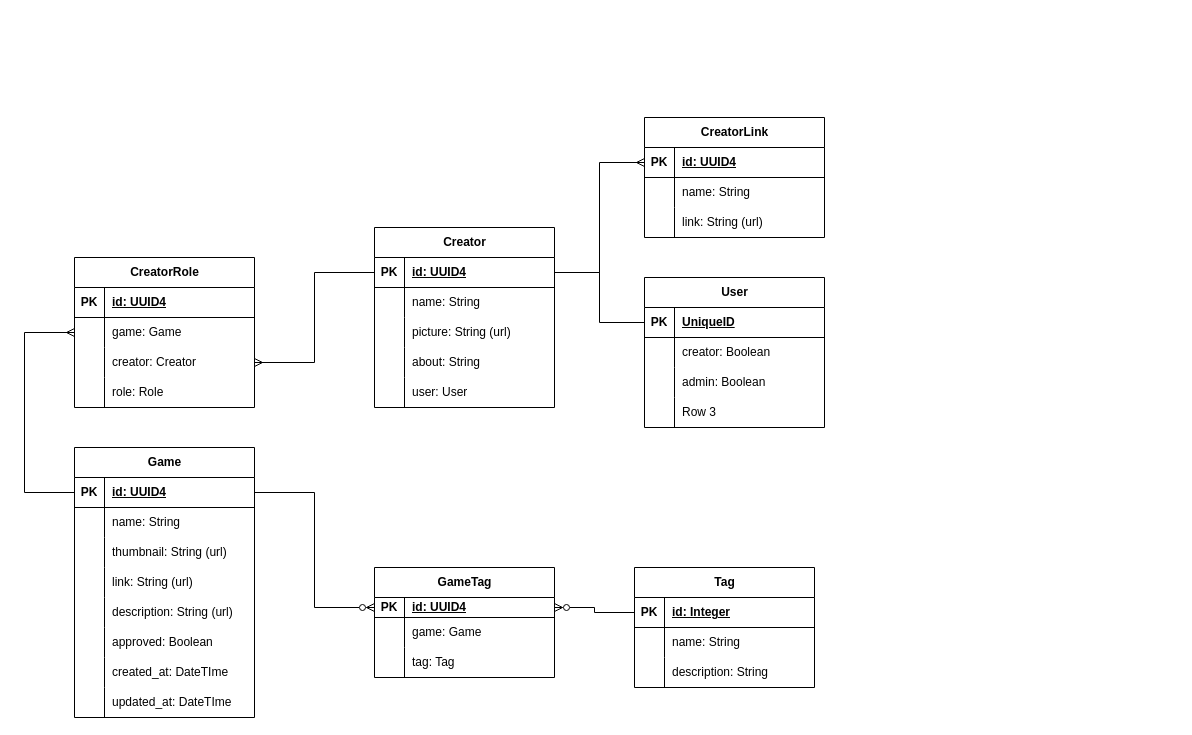
unimelb-game-makers/gmc-website keeps this draw.io diagram as artifacts/GMC-Gallery-Schema.drawio. Above is the earlier version. Source tidied: cells renumbered, new cells numbered last; positions are measured from the earlier drawing's top-left corner, leaving out a move shared by most shapes. Both pictures are drawn from the tidied source at 100%, with x=0, y=0 at pixel (24, 117).
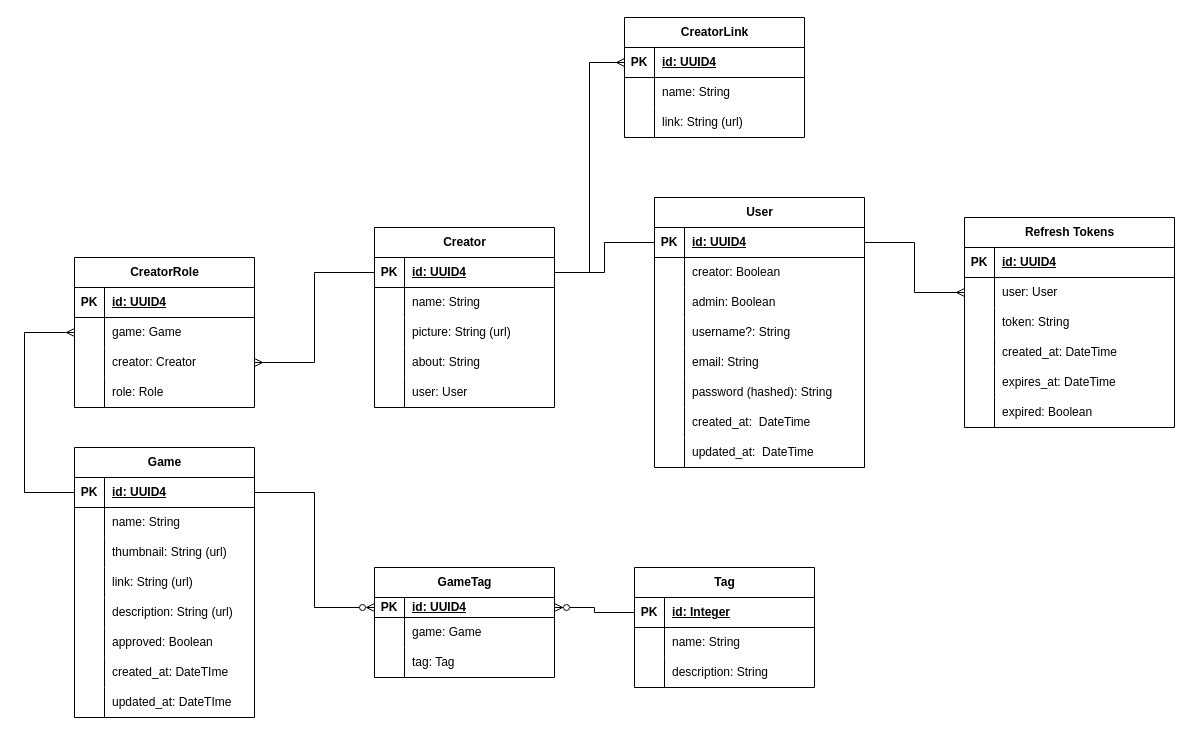
Above is the later version.

Commit message:
Update GMC-Gallery-Schema.drawio: Added tables for authentication

What changed in the source:
```diff
@@
     <mxCell id="80" value="CreatorLink" style="shape=table;startSize=30;childLayout=tableLayout;rowLines=0;fontStyle=1;align=center;html=1;" parent="1" vertex="1">
-      <mxGeometry x="620" width="180" height="120" as="geometry" />
+      <mxGeometry x="600" y="-100" width="180" height="120" as="geometry" />
     </mxCell>
@@
     <mxCell id="91" value="User" style="shape=table;startSize=30;childLayout=tableLayout;rowLines=0;fontStyle=1;align=center;html=1;" parent="1" vertex="1">
-      <mxGeometry x="620" y="160" width="180" height="150" as="geometry" />
+      <mxGeometry x="630" y="80" width="210" height="270" as="geometry" />
     </mxCell>
     <mxCell id="92" style="shape=tableRow;horizontal=0;startSize=0;swimlaneHead=0;swimlaneBody=0;fillColor=none;points=[[0,0.5],[1,0.5]];portConstraint=eastwest;top=0;left=0;right=0;bottom=1;" parent="91" vertex="1">
-      <mxGeometry y="30" width="180" height="30" as="geometry" />
+      <mxGeometry y="30" width="210" height="30" as="geometry" />
     </mxCell>
@@
-    <mxCell id="94" value="UniqueID" style="shape=partialRectangle;fillColor=none;top=0;left=0;bottom=0;right=0;align=left;spacingLeft=6;fontStyle=5;overflow=hidden;whiteSpace=wrap;html=1;" parent="92" vertex="1">
-      <mxGeometry x="30" width="150" height="30" as="geometry" />
+    <mxCell id="94" value="id: UUID4" style="shape=partialRectangle;fillColor=none;top=0;left=0;bottom=0;right=0;align=left;spacingLeft=6;fontStyle=5;overflow=hidden;whiteSpace=wrap;html=1;" parent="92" vertex="1">
+      <mxGeometry x="30" width="180" height="30" as="geometry" />
     </mxCell>
     <mxCell id="95" style="shape=tableRow;horizontal=0;startSize=0;swimlaneHead=0;swimlaneBody=0;fillColor=none;top=0;left=0;right=0;bottom=0;" parent="91" vertex="1">
-      <mxGeometry y="60" width="180" height="30" as="geometry" />
+      <mxGeometry y="60" width="210" height="30" as="geometry" />
     </mxCell>
@@
     <mxCell id="97" value="creator: Boolean" style="shape=partialRectangle;fillColor=none;top=0;left=0;bottom=0;right=0;align=left;spacingLeft=6;overflow=hidden;whiteSpace=wrap;html=1;" parent="95" vertex="1">
-      <mxGeometry x="30" width="150" height="30" as="geometry" />
+      <mxGeometry x="30" width="180" height="30" as="geometry" />
     </mxCell>
     <mxCell id="98" style="shape=tableRow;horizontal=0;startSize=0;swimlaneHead=0;swimlaneBody=0;fillColor=none;top=0;left=0;right=0;bottom=0;" parent="91" vertex="1">
-      <mxGeometry y="90" width="180" height="30" as="geometry" />
+      <mxGeometry y="90" width="210" height="30" as="geometry" />
     </mxCell>
@@
     <mxCell id="100" value="admin: Boolean" style="shape=partialRectangle;fillColor=none;top=0;left=0;bottom=0;right=0;align=left;spacingLeft=6;overflow=hidden;whiteSpace=wrap;html=1;" parent="98" vertex="1">
-      <mxGeometry x="30" width="150" height="30" as="geometry" />
+      <mxGeometry x="30" width="180" height="30" as="geometry" />
     </mxCell>
     <mxCell id="101" style="shape=tableRow;horizontal=0;startSize=0;swimlaneHead=0;swimlaneBody=0;fillColor=none;top=0;left=0;right=0;bottom=0;" parent="91" vertex="1">
-      <mxGeometry y="120" width="180" height="30" as="geometry" />
+      <mxGeometry y="120" width="210" height="30" as="geometry" />
     </mxCell>
@@
-    <mxCell id="103" value="Row 3" style="shape=partialRectangle;fillColor=none;top=0;left=0;bottom=0;right=0;align=left;spacingLeft=6;overflow=hidden;whiteSpace=wrap;html=1;" parent="101" vertex="1">
-      <mxGeometry x="30" width="150" height="30" as="geometry" />
+    <mxCell id="103" value="username?: String" style="shape=partialRectangle;fillColor=none;top=0;left=0;bottom=0;right=0;align=left;spacingLeft=6;overflow=hidden;whiteSpace=wrap;html=1;" parent="101" vertex="1">
+      <mxGeometry x="30" width="180" height="30" as="geometry" />
     </mxCell>
+    <mxCell id="105" style="shape=tableRow;horizontal=0;startSize=0;swimlaneHead=0;swimlaneBody=0;fillColor=none;top=0;left=0;right=0;bottom=0;" parent="91" vertex="1">
+      <mxGeometry y="150" width="210" height="30" as="geometry" />
+    </mxCell>
+    <mxCell id="106" style="shape=partialRectangle;fillColor=none;top=0;left=0;bottom=0;right=0;overflow=hidden;whiteSpace=wrap;html=1;" parent="105" vertex="1">
+      <mxGeometry width="30" height="30" as="geometry" />
+    </mxCell>
+    <mxCell id="107" value="email: String" style="shape=partialRectangle;fillColor=none;top=0;left=0;bottom=0;right=0;align=left;spacingLeft=6;overflow=hidden;whiteSpace=wrap;html=1;" parent="105" vertex="1">
+      <mxGeometry x="30" width="180" height="30" as="geometry" />
+    </mxCell>
+    <mxCell id="108" style="shape=tableRow;horizontal=0;startSize=0;swimlaneHead=0;swimlaneBody=0;fillColor=none;top=0;left=0;right=0;bottom=0;" parent="91" vertex="1">
+      <mxGeometry y="180" width="210" height="30" as="geometry" />
+    </mxCell>
+    <mxCell id="109" style="shape=partialRectangle;fillColor=none;top=0;left=0;bottom=0;right=0;overflow=hidden;whiteSpace=wrap;html=1;" parent="108" vertex="1">
+      <mxGeometry width="30" height="30" as="geometry" />
+    </mxCell>
+    <mxCell id="110" value="password (hashed): String" style="shape=partialRectangle;fillColor=none;top=0;left=0;bottom=0;right=0;align=left;spacingLeft=6;overflow=hidden;whiteSpace=wrap;html=1;" parent="108" vertex="1">
+      <mxGeometry x="30" width="180" height="30" as="geometry" />
+    </mxCell>
+    <mxCell id="111" style="shape=tableRow;horizontal=0;startSize=0;swimlaneHead=0;swimlaneBody=0;fillColor=none;top=0;left=0;right=0;bottom=0;" parent="91" vertex="1">
+      <mxGeometry y="210" width="210" height="30" as="geometry" />
+    </mxCell>
+    <mxCell id="112" style="shape=partialRectangle;fillColor=none;top=0;left=0;bottom=0;right=0;overflow=hidden;whiteSpace=wrap;html=1;" parent="111" vertex="1">
+      <mxGeometry width="30" height="30" as="geometry" />
+    </mxCell>
+    <mxCell id="113" value="created_at:&amp;nbsp; DateTime" style="shape=partialRectangle;fillColor=none;top=0;left=0;bottom=0;right=0;align=left;spacingLeft=6;overflow=hidden;whiteSpace=wrap;html=1;" parent="111" vertex="1">
+      <mxGeometry x="30" width="180" height="30" as="geometry" />
+    </mxCell>
+    <mxCell id="114" style="shape=tableRow;horizontal=0;startSize=0;swimlaneHead=0;swimlaneBody=0;fillColor=none;top=0;left=0;right=0;bottom=0;" parent="91" vertex="1">
+      <mxGeometry y="240" width="210" height="30" as="geometry" />
+    </mxCell>
+    <mxCell id="115" style="shape=partialRectangle;fillColor=none;top=0;left=0;bottom=0;right=0;overflow=hidden;whiteSpace=wrap;html=1;" parent="114" vertex="1">
+      <mxGeometry width="30" height="30" as="geometry" />
+    </mxCell>
+    <mxCell id="116" value="updated_at:&amp;nbsp; DateTime" style="shape=partialRectangle;fillColor=none;top=0;left=0;bottom=0;right=0;align=left;spacingLeft=6;overflow=hidden;whiteSpace=wrap;html=1;" parent="114" vertex="1">
+      <mxGeometry x="30" width="180" height="30" as="geometry" />
+    </mxCell>
@@
+    <mxCell id="117" value="Refresh Tokens" style="shape=table;startSize=30;childLayout=tableLayout;rowLines=0;fontStyle=1;align=center;html=1;" parent="1" vertex="1">
+      <mxGeometry x="940" y="100" width="210" height="210" as="geometry" />
+    </mxCell>
+    <mxCell id="118" style="shape=tableRow;horizontal=0;startSize=0;swimlaneHead=0;swimlaneBody=0;fillColor=none;top=0;left=0;right=0;bottom=1;" parent="117" vertex="1">
+      <mxGeometry y="30" width="210" height="30" as="geometry" />
+    </mxCell>
+    <mxCell id="119" value="PK" style="shape=partialRectangle;fillColor=none;top=0;left=0;bottom=0;right=0;fontStyle=1;overflow=hidden;whiteSpace=wrap;html=1;" parent="118" vertex="1">
+      <mxGeometry width="30" height="30" as="geometry" />
+    </mxCell>
+    <mxCell id="120" value="id: UUID4" style="shape=partialRectangle;fillColor=none;top=0;left=0;bottom=0;right=0;align=left;spacingLeft=6;fontStyle=5;overflow=hidden;whiteSpace=wrap;html=1;" parent="118" vertex="1">
+      <mxGeometry x="30" width="180" height="30" as="geometry" />
+    </mxCell>
+    <mxCell id="121" style="shape=tableRow;horizontal=0;startSize=0;swimlaneHead=0;swimlaneBody=0;fillColor=none;points=[[0,0.5],[1,0.5]];portConstraint=eastwest;top=0;left=0;right=0;bottom=0;" parent="117" vertex="1">
+      <mxGeometry y="60" width="210" height="30" as="geometry" />
+    </mxCell>
+    <mxCell id="122" style="shape=partialRectangle;fillColor=none;top=0;left=0;bottom=0;right=0;overflow=hidden;whiteSpace=wrap;html=1;" parent="121" vertex="1">
+      <mxGeometry width="30" height="30" as="geometry" />
+    </mxCell>
+    <mxCell id="123" value="user: User" style="shape=partialRectangle;fillColor=none;top=0;left=0;bottom=0;right=0;align=left;spacingLeft=6;overflow=hidden;whiteSpace=wrap;html=1;" parent="121" vertex="1">
+      <mxGeometry x="30" width="180" height="30" as="geometry" />
+    </mxCell>
+    <mxCell id="124" style="shape=tableRow;horizontal=0;startSize=0;swimlaneHead=0;swimlaneBody=0;fillColor=none;top=0;left=0;right=0;bottom=0;" parent="117" vertex="1">
+      <mxGeometry y="90" width="210" height="30" as="geometry" />
+    </mxCell>
+    <mxCell id="125" style="shape=partialRectangle;fillColor=none;top=0;left=0;bottom=0;right=0;overflow=hidden;whiteSpace=wrap;html=1;" parent="124" vertex="1">
+      <mxGeometry width="30" height="30" as="geometry" />
+    </mxCell>
+    <mxCell id="126" value="token: String" style="shape=partialRectangle;fillColor=none;top=0;left=0;bottom=0;right=0;align=left;spacingLeft=6;overflow=hidden;whiteSpace=wrap;html=1;" parent="124" vertex="1">
+      <mxGeometry x="30" width="180" height="30" as="geometry" />
+    </mxCell>
+    <mxCell id="127" style="shape=tableRow;horizontal=0;startSize=0;swimlaneHead=0;swimlaneBody=0;fillColor=none;top=0;left=0;right=0;bottom=0;" parent="117" vertex="1">
+      <mxGeometry y="120" width="210" height="30" as="geometry" />
+    </mxCell>
+    <mxCell id="128" style="shape=partialRectangle;fillColor=none;top=0;left=0;bottom=0;right=0;overflow=hidden;whiteSpace=wrap;html=1;" parent="127" vertex="1">
+      <mxGeometry width="30" height="30" as="geometry" />
+    </mxCell>
+    <mxCell id="129" value="created_at: DateTime" style="shape=partialRectangle;fillColor=none;top=0;left=0;bottom=0;right=0;align=left;spacingLeft=6;overflow=hidden;whiteSpace=wrap;html=1;" parent="127" vertex="1">
+      <mxGeometry x="30" width="180" height="30" as="geometry" />
+    </mxCell>
+    <mxCell id="130" style="shape=tableRow;horizontal=0;startSize=0;swimlaneHead=0;swimlaneBody=0;fillColor=none;top=0;left=0;right=0;bottom=0;" parent="117" vertex="1">
+      <mxGeometry y="150" width="210" height="30" as="geometry" />
+    </mxCell>
+    <mxCell id="131" style="shape=partialRectangle;fillColor=none;top=0;left=0;bottom=0;right=0;overflow=hidden;whiteSpace=wrap;html=1;" parent="130" vertex="1">
+      <mxGeometry width="30" height="30" as="geometry" />
+    </mxCell>
+    <mxCell id="132" value="expires_at: DateTime" style="shape=partialRectangle;fillColor=none;top=0;left=0;bottom=0;right=0;align=left;spacingLeft=6;overflow=hidden;whiteSpace=wrap;html=1;" parent="130" vertex="1">
+      <mxGeometry x="30" width="180" height="30" as="geometry" />
+    </mxCell>
+    <mxCell id="133" style="shape=tableRow;horizontal=0;startSize=0;swimlaneHead=0;swimlaneBody=0;fillColor=none;top=0;left=0;right=0;bottom=0;" parent="117" vertex="1">
+      <mxGeometry y="180" width="210" height="30" as="geometry" />
+    </mxCell>
+    <mxCell id="134" style="shape=partialRectangle;fillColor=none;top=0;left=0;bottom=0;right=0;overflow=hidden;whiteSpace=wrap;html=1;" parent="133" vertex="1">
+      <mxGeometry width="30" height="30" as="geometry" />
+    </mxCell>
+    <mxCell id="135" value="expired: Boolean" style="shape=partialRectangle;fillColor=none;top=0;left=0;bottom=0;right=0;align=left;spacingLeft=6;overflow=hidden;whiteSpace=wrap;html=1;" parent="133" vertex="1">
+      <mxGeometry x="30" width="180" height="30" as="geometry" />
+    </mxCell>
+    <mxCell id="136" style="edgeStyle=orthogonalEdgeStyle;rounded=0;jettySize=auto;html=1;exitX=1;exitY=0.5;exitDx=0;exitDy=0;endArrow=ERmany;endFill=0;" parent="1" edge="1" source="92" target="121">
+      <mxGeometry relative="1" as="geometry" />
+    </mxCell>
```
